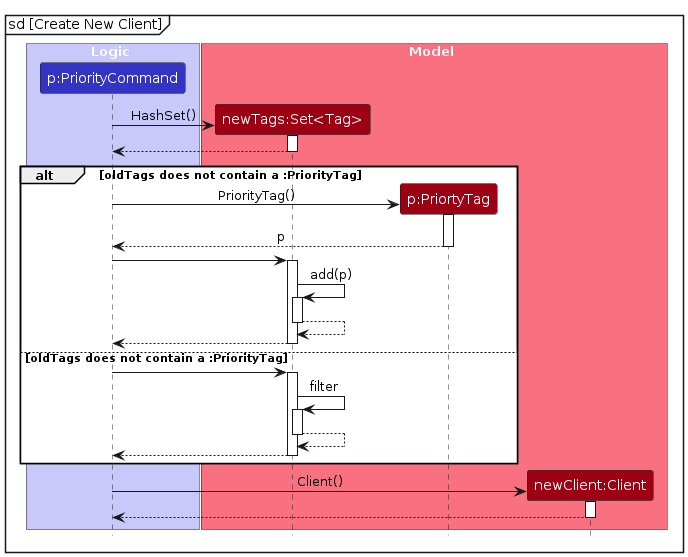
Above: diagrams/TogglePrioritySequenceDiagram2.png in AY2425S2-CS2103T-W12-2/tp (PlantUML), before the change. Its source is kept beside it as diagrams/TogglePrioritySequenceDiagram2.puml. Source of this version:
```plantuml
@startuml
mainframe sd [Create New Client]
!include style.puml
skinparam ArrowFontStyle plain

box Logic LOGIC_COLOR_T1
participant "p:PriorityCommand" as PriorityCommand LOGIC_COLOR
end box

box Model MODEL_COLOR_T1
participant "newTags:Set<Tag>" as nTags MODEL_COLOR
participant "p:PriortyTag" as p MODEL_COLOR
participant "newClient:Client" as nClient MODEL_COLOR
end box

create nTags
PriorityCommand -> nTags : HashSet()
activate nTags
nTags --> PriorityCommand
deactivate nTags

alt oldTags does not contain a :PriorityTag
    create p
    PriorityCommand -> p : PriorityTag()
    activate p
    p --> PriorityCommand: p
    deactivate p
    PriorityCommand -> nTags
    activate nTags
    nTags -> nTags : add(p)
    activate nTags
    nTags --> nTags
    deactivate nTags
    nTags --> PriorityCommand
    deactivate nTags
else oldTags does not contain a :PriorityTag
    PriorityCommand -> nTags
    activate nTags
    nTags -> nTags : filter
    activate nTags
    nTags --> nTags
    deactivate nTags
    nTags --> PriorityCommand
    deactivate nTags
end

create nClient
PriorityCommand -> nClient : Client()
activate nClient
nClient --> PriorityCommand
deactivate nClient

@enduml
```
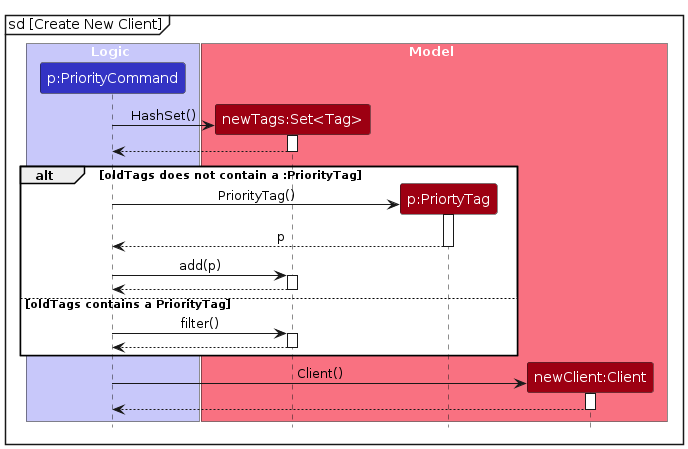
The same file after the commit.

Change to the diagram source:
```diff
@@ -25,21 +25,14 @@
     activate p
     p --> PriorityCommand: p
     deactivate p
-    PriorityCommand -> nTags
+    PriorityCommand -> nTags : add(p)
     activate nTags
-    nTags -> nTags : add(p)
-    activate nTags
-    nTags --> nTags
-    deactivate nTags
+
     nTags --> PriorityCommand
     deactivate nTags
-else oldTags does not contain a :PriorityTag
-    PriorityCommand -> nTags
+else oldTags contains a PriorityTag
+    PriorityCommand -> nTags : filter()
     activate nTags
-    nTags -> nTags : filter
-    activate nTags
-    nTags --> nTags
-    deactivate nTags
     nTags --> PriorityCommand
     deactivate nTags
 end
```
